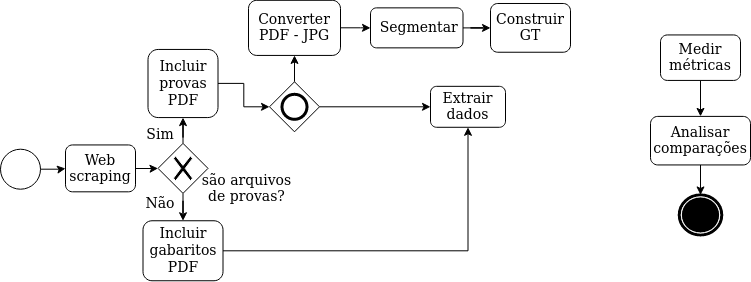
Before: Untitled Diagram.png, a diagram exported from draw.io (karinawie/process-diagram). Source tidied: cells renumbered, new cells last; positions are measured from the earlier drawing's top-left corner, leaving out a move shared by most shapes.
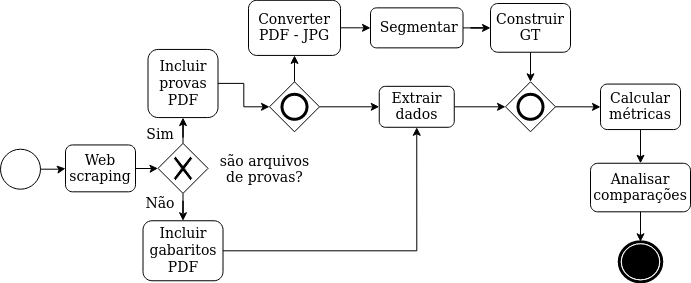
Later version of the same file.

Change to the diagram source:
```diff
@@ -8,9 +8,15 @@
     <mxCell id="3" value="&lt;font style=&quot;font-size: 14px&quot;&gt;Web scraping&lt;/font&gt;" style="shape=ext;rounded=1;html=1;whiteSpace=wrap;" parent="1" vertex="1">
       <mxGeometry x="65" y="144.4" width="70" height="46.9" as="geometry" />
     </mxCell>
+    <mxCell id="30" style="edgeStyle=orthogonalEdgeStyle;rounded=0;jettySize=auto;html=1;" parent="1" edge="1" source="4" target="33">
+      <mxGeometry relative="1" as="geometry" />
+    </mxCell>
     <mxCell id="4" value="&lt;font style=&quot;font-size: 14px&quot;&gt;&lt;font style=&quot;font-size: 14px&quot;&gt;Extrair dados&lt;/font&gt;&lt;br&gt;&lt;/font&gt;" style="html=1;whiteSpace=wrap;rounded=1;" parent="1" vertex="1">
-      <mxGeometry x="430" y="85.8" width="75" height="41" as="geometry" />
+      <mxGeometry x="378.8" y="85.8" width="75" height="41" as="geometry" />
     </mxCell>
+    <mxCell id="31" style="edgeStyle=orthogonalEdgeStyle;rounded=0;jettySize=auto;html=1;" parent="1" edge="1" source="5" target="33">
+      <mxGeometry relative="1" as="geometry" />
+    </mxCell>
     <mxCell id="5" value="&lt;font style=&quot;font-size: 14px&quot;&gt;Construir GT &lt;/font&gt;" style="html=1;whiteSpace=wrap;rounded=1;" parent="1" vertex="1">
       <mxGeometry x="490" y="3" width="80" height="48.8" as="geometry" />
     </mxCell>
@@ -23,8 +29,8 @@
     <mxCell id="8" style="edgeStyle=orthogonalEdgeStyle;rounded=0;jettySize=auto;html=1;" parent="1" edge="1" source="9" target="26">
       <mxGeometry relative="1" as="geometry" />
     </mxCell>
-    <mxCell id="9" value="&lt;font style=&quot;font-size: 14px&quot;&gt;Medir métricas&lt;/font&gt;" style="html=1;whiteSpace=wrap;rounded=1;" parent="1" vertex="1">
-      <mxGeometry x="660" y="34.4" width="80" height="45.5" as="geometry" />
+    <mxCell id="9" value="&lt;font style=&quot;font-size: 14px&quot;&gt;Calcular métricas&lt;/font&gt;" style="html=1;whiteSpace=wrap;rounded=1;" parent="1" vertex="1">
+      <mxGeometry x="600" y="83.6" width="80" height="45.5" as="geometry" />
     </mxCell>
     <mxCell id="10" style="edgeStyle=orthogonalEdgeStyle;rounded=0;jettySize=auto;html=1;" parent="1" edge="1" source="11" target="7">
       <mxGeometry relative="1" as="geometry" />
@@ -33,7 +39,7 @@
       <mxGeometry x="248" y="-0.2" width="92" height="55.1" as="geometry" />
     </mxCell>
     <mxCell id="12" style="shape=mxgraph.bpmn.shape;html=1;verticalLabelPosition=bottom;labelBackgroundColor=#ffffff;verticalAlign=top;align=center;perimeter=ellipsePerimeter;outlineConnect=0;outline=end;symbol=terminate;" parent="1" vertex="1">
-      <mxGeometry x="678.8" y="194.4" width="42.5" height="40" as="geometry" />
+      <mxGeometry x="618.8" y="241.3" width="42.5" height="40" as="geometry" />
     </mxCell>
     <mxCell id="13" style="edgeStyle=orthogonalEdgeStyle;rounded=0;jettySize=auto;html=1;" parent="1" edge="1" source="14" target="29">
       <mxGeometry relative="1" as="geometry" />
@@ -57,7 +63,7 @@
       <mxGeometry x="157.5" y="142.9" width="50" height="50" as="geometry" />
     </mxCell>
     <mxCell id="20" value="&lt;font style=&quot;font-size: 14px&quot;&gt;são arquivos de provas?&lt;/font&gt;" style="text;html=1;strokeColor=none;fillColor=none;align=center;verticalAlign=middle;whiteSpace=wrap;rounded=0;" parent="1" vertex="1">
-      <mxGeometry x="190" y="183" width="112.5" height="10" as="geometry" />
+      <mxGeometry x="207.5" y="163.7" width="112.5" height="10" as="geometry" />
     </mxCell>
     <mxCell id="21" value="&lt;font style=&quot;font-size: 14px&quot;&gt;Sim&lt;/font&gt;" style="text;html=1;strokeColor=none;fillColor=none;align=center;verticalAlign=middle;whiteSpace=wrap;rounded=0;" parent="1" vertex="1">
       <mxGeometry x="140" y="124.4" width="40" height="20" as="geometry" />
@@ -75,7 +81,7 @@
       <mxGeometry relative="1" as="geometry" />
     </mxCell>
     <mxCell id="26" value="&lt;div&gt;&lt;font style=&quot;font-size: 14px&quot;&gt;Analisar comparações&lt;/font&gt;&lt;/div&gt;" style="html=1;whiteSpace=wrap;rounded=1;" parent="1" vertex="1">
-      <mxGeometry x="650" y="115.9" width="100" height="48.5" as="geometry" />
+      <mxGeometry x="590" y="162.8" width="100" height="48.5" as="geometry" />
     </mxCell>
     <mxCell id="27" style="edgeStyle=orthogonalEdgeStyle;rounded=0;jettySize=auto;html=1;" parent="1" edge="1" source="29" target="11">
       <mxGeometry relative="1" as="geometry" />
@@ -86,5 +92,11 @@
     <mxCell id="29" style="shape=mxgraph.bpmn.shape;html=1;verticalLabelPosition=bottom;labelBackgroundColor=#ffffff;verticalAlign=top;align=center;perimeter=rhombusPerimeter;background=gateway;outlineConnect=0;outline=end;symbol=general;" parent="1" vertex="1">
       <mxGeometry x="269" y="81.3" width="50" height="50" as="geometry" />
     </mxCell>
+    <mxCell id="32" style="edgeStyle=orthogonalEdgeStyle;rounded=0;jettySize=auto;html=1;" parent="1" edge="1" source="33" target="9">
+      <mxGeometry relative="1" as="geometry" />
+    </mxCell>
+    <mxCell id="33" style="shape=mxgraph.bpmn.shape;html=1;verticalLabelPosition=bottom;labelBackgroundColor=#ffffff;verticalAlign=top;align=center;perimeter=rhombusPerimeter;background=gateway;outlineConnect=0;outline=end;symbol=general;" parent="1" vertex="1">
+      <mxGeometry x="505" y="81.3" width="50" height="50" as="geometry" />
+    </mxCell>
   </root>
 </mxGraphModel>
```
